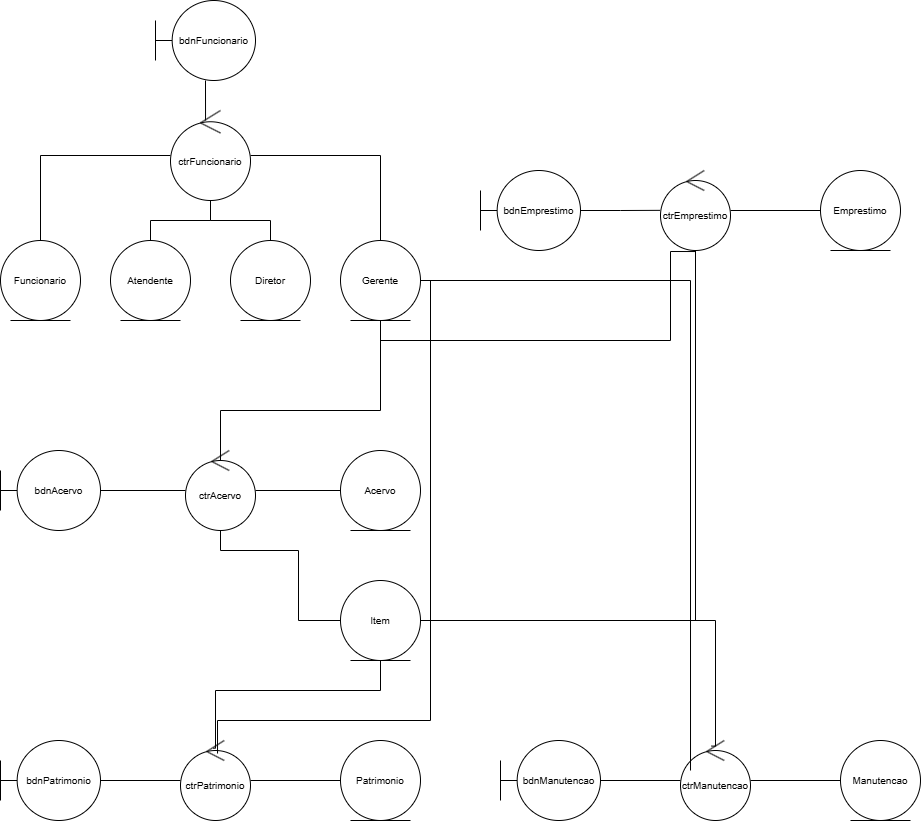
This is doc/diagramas/classes_projeto.png from LuizIZN/MuseuM, a draw.io export, as it was before one commit. Source tidied: cells renumbered, new cells last; positions are measured from the earlier drawing's top-left corner, leaving out a move shared by most shapes.
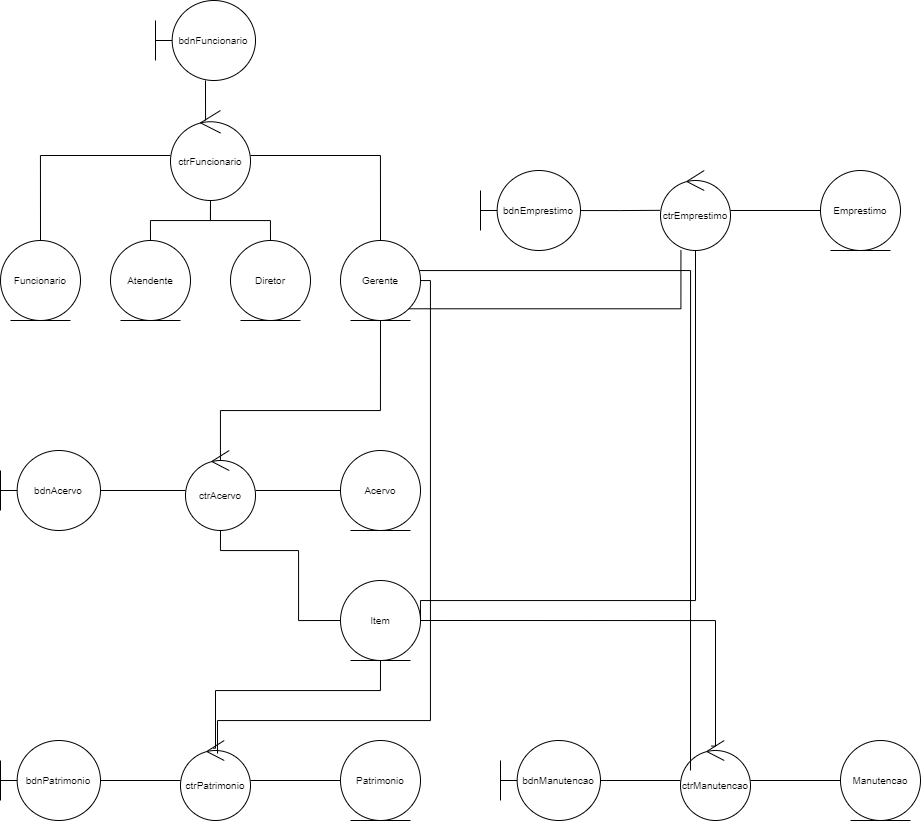
Above is the later version.

Commit message:
Commit #2 para diagrama de classes a nível de projeto

The edit, as a diff of the source:
```diff
@@ -128,7 +128,11 @@
       <mxGeometry x="840" y="740" width="80" height="80" as="geometry" />
     </mxCell>
     <mxCell id="34" style="edgeStyle=orthogonalEdgeStyle;shape=connector;rounded=0;jettySize=auto;html=1;entryX=0.143;entryY=0.375;entryDx=0;entryDy=0;entryPerimeter=0;strokeColor=default;align=center;verticalAlign=middle;fontFamily=Helvetica;fontSize=10;fontColor=default;labelBackgroundColor=default;endArrow=none;endFill=0;" parent="1" edge="1" source="11" target="32">
-      <mxGeometry relative="1" as="geometry" />
+      <mxGeometry relative="1" as="geometry">
+        <Array as="points">
+          <mxPoint x="690" y="270" />
+        </Array>
+      </mxGeometry>
     </mxCell>
     <mxCell id="35" value="bdnEmprestimo" style="shape=umlBoundary;whiteSpace=wrap;html=1;fontSize=10;" parent="1" vertex="1">
       <mxGeometry x="480" y="170" width="100" height="80" as="geometry" />
@@ -136,7 +140,8 @@
     <mxCell id="36" style="edgeStyle=orthogonalEdgeStyle;shape=connector;rounded=0;jettySize=auto;html=1;entryX=1;entryY=0.5;entryDx=0;entryDy=0;strokeColor=default;align=center;verticalAlign=middle;fontFamily=Helvetica;fontSize=10;fontColor=default;labelBackgroundColor=default;endArrow=none;endFill=0;" parent="1" edge="1" source="38" target="20">
       <mxGeometry relative="1" as="geometry">
         <Array as="points">
-          <mxPoint x="695" y="620" />
+          <mxPoint x="695" y="600" />
+          <mxPoint x="420" y="600" />
         </Array>
       </mxGeometry>
     </mxCell>
@@ -146,20 +151,14 @@
     <mxCell id="38" value="ctrEmprestimo" style="ellipse;shape=umlControl;whiteSpace=wrap;html=1;fontSize=10;" parent="1" vertex="1">
       <mxGeometry x="660" y="170" width="70" height="80" as="geometry" />
     </mxCell>
-    <mxCell id="39" style="edgeStyle=orthogonalEdgeStyle;shape=connector;rounded=0;jettySize=auto;html=1;entryX=0.5;entryY=1;entryDx=0;entryDy=0;strokeColor=default;align=center;verticalAlign=middle;fontFamily=Helvetica;fontSize=10;fontColor=default;labelBackgroundColor=default;endArrow=none;endFill=0;exitX=0.5;exitY=1.013;exitDx=0;exitDy=0;exitPerimeter=0;" parent="1" edge="1" source="38" target="11">
-      <mxGeometry relative="1" as="geometry">
-        <Array as="points">
-          <mxPoint x="670" y="251" />
-          <mxPoint x="670" y="340" />
-          <mxPoint x="380" y="340" />
-        </Array>
-      </mxGeometry>
-    </mxCell>
     <mxCell id="40" value="Emprestimo" style="ellipse;shape=umlEntity;whiteSpace=wrap;html=1;fontSize=10;" parent="1" vertex="1">
       <mxGeometry x="820" y="170" width="80" height="80" as="geometry" />
     </mxCell>
     <mxCell id="41" style="edgeStyle=orthogonalEdgeStyle;shape=connector;rounded=0;jettySize=auto;html=1;entryX=-0.006;entryY=0.498;entryDx=0;entryDy=0;entryPerimeter=0;strokeColor=default;align=center;verticalAlign=middle;fontFamily=Helvetica;fontSize=10;fontColor=default;labelBackgroundColor=default;endArrow=none;endFill=0;" parent="1" edge="1" source="35" target="38">
       <mxGeometry relative="1" as="geometry" />
     </mxCell>
+    <mxCell id="42" style="edgeStyle=orthogonalEdgeStyle;rounded=0;jettySize=auto;html=1;exitX=1;exitY=1;exitDx=0;exitDy=0;entryX=0.292;entryY=0.995;entryDx=0;entryDy=0;entryPerimeter=0;endArrow=none;endFill=0;" parent="1" edge="1" source="11" target="38">
+      <mxGeometry relative="1" as="geometry" />
+    </mxCell>
   </root>
 </mxGraphModel>
```
